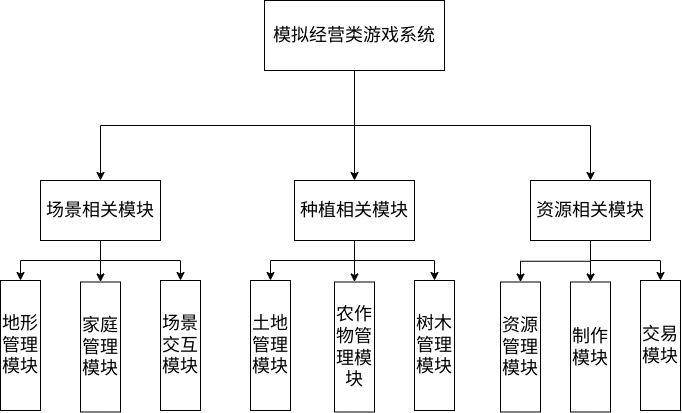
Earlier version of the draw.io export draw/系统模块图.drawio.png (TRAVISZHAN/images). Source tidied: cells renumbered, new cells last; positions are measured from the earlier drawing's top-left corner, leaving out a move shared by most shapes.
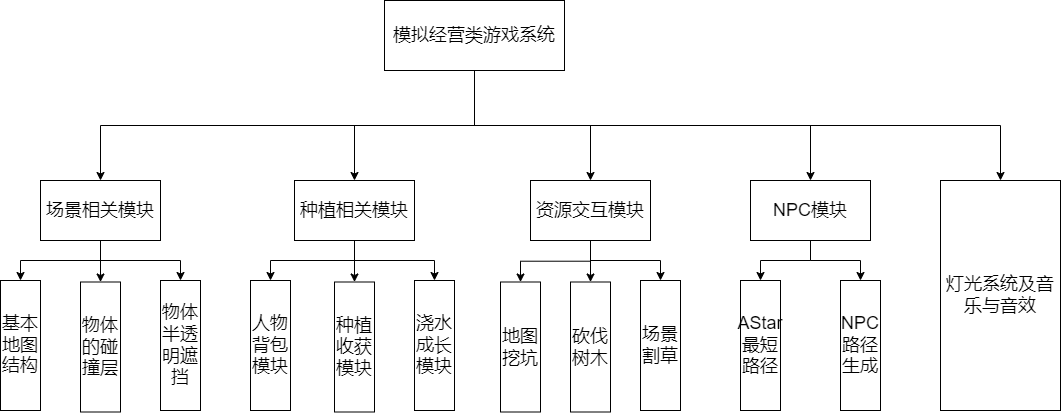
Above is the later version.

Commit message:
更新系统模块图.drawio.png

Change to the diagram source:
```diff
@@ -11,8 +11,16 @@
     <mxCell id="4" style="edgeStyle=orthogonalEdgeStyle;rounded=0;jettySize=auto;html=1;entryX=0.5;entryY=0;entryDx=0;entryDy=0;exitX=0.5;exitY=1;exitDx=0;exitDy=0;" parent="1" edge="1" source="5" target="17">
       <mxGeometry relative="1" as="geometry" />
     </mxCell>
+    <mxCell id="27" style="edgeStyle=orthogonalEdgeStyle;rounded=0;jettySize=auto;html=1;exitX=0.5;exitY=1;exitDx=0;exitDy=0;" parent="1" edge="1" source="5">
+      <mxGeometry relative="1" as="geometry">
+        <mxPoint x="810" y="180" as="targetPoint" />
+      </mxGeometry>
+    </mxCell>
+    <mxCell id="28" style="edgeStyle=orthogonalEdgeStyle;rounded=0;jettySize=auto;html=1;exitX=0.5;exitY=1;exitDx=0;exitDy=0;entryX=0.5;entryY=0;entryDx=0;entryDy=0;" parent="1" edge="1" source="5" target="34">
+      <mxGeometry relative="1" as="geometry" />
+    </mxCell>
     <mxCell id="5" value="&lt;font style=&quot;font-size: 18px;&quot;&gt;模拟经营类游戏系统&lt;/font&gt;" style="rounded=0;whiteSpace=wrap;html=1;" parent="1" vertex="1">
-      <mxGeometry x="264" width="180" height="70" as="geometry" />
+      <mxGeometry x="384" width="180" height="70" as="geometry" />
     </mxCell>
     <mxCell id="6" style="edgeStyle=orthogonalEdgeStyle;rounded=0;jettySize=auto;html=1;exitX=0.5;exitY=1;exitDx=0;exitDy=0;" parent="1" edge="1" source="9" target="18">
       <mxGeometry relative="1" as="geometry" />
@@ -47,35 +55,53 @@
     <mxCell id="16" style="edgeStyle=orthogonalEdgeStyle;rounded=0;jettySize=auto;html=1;" parent="1" edge="1" source="17" target="26">
       <mxGeometry relative="1" as="geometry" />
     </mxCell>
-    <mxCell id="17" value="&lt;font style=&quot;font-size: 18px;&quot;&gt;资源相关模块&lt;/font&gt;" style="rounded=0;whiteSpace=wrap;html=1;" parent="1" vertex="1">
+    <mxCell id="17" value="&lt;font style=&quot;font-size: 18px;&quot;&gt;资源交互模块&lt;/font&gt;" style="rounded=0;whiteSpace=wrap;html=1;" parent="1" vertex="1">
       <mxGeometry x="530" y="180" width="120" height="60" as="geometry" />
     </mxCell>
-    <mxCell id="18" value="&lt;font style=&quot;font-size: 18px;&quot;&gt;地形管理模块&lt;/font&gt;" style="whiteSpace=wrap;html=1;rounded=0;" parent="1" vertex="1">
+    <mxCell id="18" value="&lt;font style=&quot;font-size: 18px;&quot;&gt;基本地图结构&lt;/font&gt;" style="whiteSpace=wrap;html=1;rounded=0;" parent="1" vertex="1">
       <mxGeometry y="280" width="40" height="130" as="geometry" />
     </mxCell>
-    <mxCell id="19" value="&lt;font style=&quot;font-size: 18px;&quot;&gt;家庭管理模块&lt;/font&gt;" style="whiteSpace=wrap;html=1;rounded=0;" parent="1" vertex="1">
+    <mxCell id="19" value="&lt;font style=&quot;font-size: 18px;&quot;&gt;物体的碰撞层&lt;/font&gt;" style="whiteSpace=wrap;html=1;rounded=0;" parent="1" vertex="1">
       <mxGeometry x="80" y="281.5" width="40" height="130" as="geometry" />
     </mxCell>
-    <mxCell id="20" value="&lt;font style=&quot;font-size: 18px;&quot;&gt;场景交互模块&lt;/font&gt;" style="whiteSpace=wrap;html=1;rounded=0;" parent="1" vertex="1">
+    <mxCell id="20" value="&lt;font style=&quot;font-size: 18px;&quot;&gt;物体半透明遮挡&lt;/font&gt;" style="whiteSpace=wrap;html=1;rounded=0;" parent="1" vertex="1">
       <mxGeometry x="160" y="280" width="40" height="130" as="geometry" />
     </mxCell>
-    <mxCell id="21" value="&lt;font style=&quot;font-size: 18px;&quot;&gt;土地管理模块&lt;/font&gt;" style="whiteSpace=wrap;html=1;rounded=0;" parent="1" vertex="1">
+    <mxCell id="21" value="&lt;font style=&quot;font-size: 18px;&quot;&gt;人物背包模块&lt;/font&gt;" style="whiteSpace=wrap;html=1;rounded=0;" parent="1" vertex="1">
       <mxGeometry x="250" y="280" width="40" height="130" as="geometry" />
     </mxCell>
-    <mxCell id="22" value="&lt;font style=&quot;font-size: 18px;&quot;&gt;农作物管理模块&lt;/font&gt;" style="whiteSpace=wrap;html=1;rounded=0;" parent="1" vertex="1">
+    <mxCell id="22" value="&lt;font style=&quot;font-size: 18px;&quot;&gt;种植收获模块&lt;/font&gt;" style="whiteSpace=wrap;html=1;rounded=0;" parent="1" vertex="1">
       <mxGeometry x="334" y="281.5" width="40" height="130" as="geometry" />
     </mxCell>
-    <mxCell id="23" value="&lt;font style=&quot;font-size: 18px;&quot;&gt;树木管理模块&lt;/font&gt;" style="whiteSpace=wrap;html=1;rounded=0;" parent="1" vertex="1">
+    <mxCell id="23" value="&lt;font style=&quot;font-size: 18px;&quot;&gt;浇水成长模块&lt;/font&gt;" style="whiteSpace=wrap;html=1;rounded=0;" parent="1" vertex="1">
       <mxGeometry x="414" y="280" width="40" height="130" as="geometry" />
     </mxCell>
-    <mxCell id="24" value="&lt;font style=&quot;font-size: 18px;&quot;&gt;资源管理模块&lt;/font&gt;" style="whiteSpace=wrap;html=1;rounded=0;" parent="1" vertex="1">
+    <mxCell id="24" value="&lt;font style=&quot;font-size: 18px;&quot;&gt;地图挖坑&lt;/font&gt;" style="whiteSpace=wrap;html=1;rounded=0;" parent="1" vertex="1">
       <mxGeometry x="500" y="281.5" width="40" height="130" as="geometry" />
     </mxCell>
-    <mxCell id="25" value="&lt;font style=&quot;font-size: 18px;&quot;&gt;制作模块&lt;/font&gt;" style="whiteSpace=wrap;html=1;rounded=0;" parent="1" vertex="1">
+    <mxCell id="25" value="&lt;font style=&quot;font-size: 18px;&quot;&gt;砍伐树木&lt;/font&gt;" style="whiteSpace=wrap;html=1;rounded=0;" parent="1" vertex="1">
       <mxGeometry x="570" y="281.5" width="40" height="130" as="geometry" />
     </mxCell>
-    <mxCell id="26" value="&lt;font style=&quot;font-size: 18px;&quot;&gt;交易模块&lt;/font&gt;" style="whiteSpace=wrap;html=1;rounded=0;" parent="1" vertex="1">
+    <mxCell id="26" value="&lt;font style=&quot;font-size: 18px;&quot;&gt;场景割草&lt;/font&gt;" style="whiteSpace=wrap;html=1;rounded=0;" parent="1" vertex="1">
       <mxGeometry x="640" y="280" width="40" height="130" as="geometry" />
     </mxCell>
+    <mxCell id="29" style="edgeStyle=orthogonalEdgeStyle;rounded=0;jettySize=auto;html=1;" parent="1" edge="1" source="31" target="32">
+      <mxGeometry relative="1" as="geometry" />
+    </mxCell>
+    <mxCell id="30" style="edgeStyle=orthogonalEdgeStyle;rounded=0;jettySize=auto;html=1;entryX=0.5;entryY=0;entryDx=0;entryDy=0;" parent="1" edge="1" source="31" target="33">
+      <mxGeometry relative="1" as="geometry" />
+    </mxCell>
+    <mxCell id="31" value="&lt;font style=&quot;font-size: 18px;&quot;&gt;NPC模块&lt;/font&gt;" style="rounded=0;whiteSpace=wrap;html=1;" parent="1" vertex="1">
+      <mxGeometry x="750" y="180" width="120" height="60" as="geometry" />
+    </mxCell>
+    <mxCell id="32" value="&lt;font style=&quot;font-size: 18px;&quot;&gt;AStar最短路径&lt;/font&gt;" style="whiteSpace=wrap;html=1;rounded=0;" parent="1" vertex="1">
+      <mxGeometry x="740" y="280" width="40" height="130" as="geometry" />
+    </mxCell>
+    <mxCell id="33" value="&lt;font style=&quot;font-size: 18px;&quot;&gt;NPC路径生成&lt;/font&gt;" style="whiteSpace=wrap;html=1;rounded=0;" parent="1" vertex="1">
+      <mxGeometry x="840" y="280" width="40" height="130" as="geometry" />
+    </mxCell>
+    <mxCell id="34" value="&lt;font style=&quot;font-size: 18px;&quot;&gt;灯光系统及音乐与音效&lt;/font&gt;" style="rounded=0;whiteSpace=wrap;html=1;" parent="1" vertex="1">
+      <mxGeometry x="940" y="180" width="120" height="230" as="geometry" />
+    </mxCell>
   </root>
 </mxGraphModel>
```
